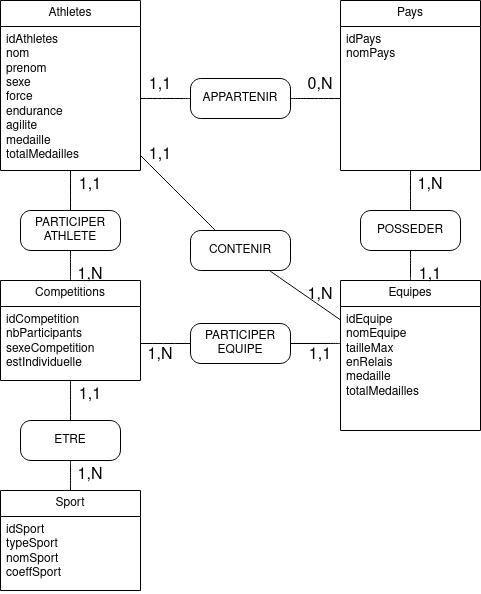
Above: diagrammes/mcd.drawio.png in alexisnisol/JeuxOlympiques (draw.io), before the change. Source tidied: cells renumbered, new cells last; positions are measured from the earlier drawing's top-left corner, leaving out a move shared by most shapes.
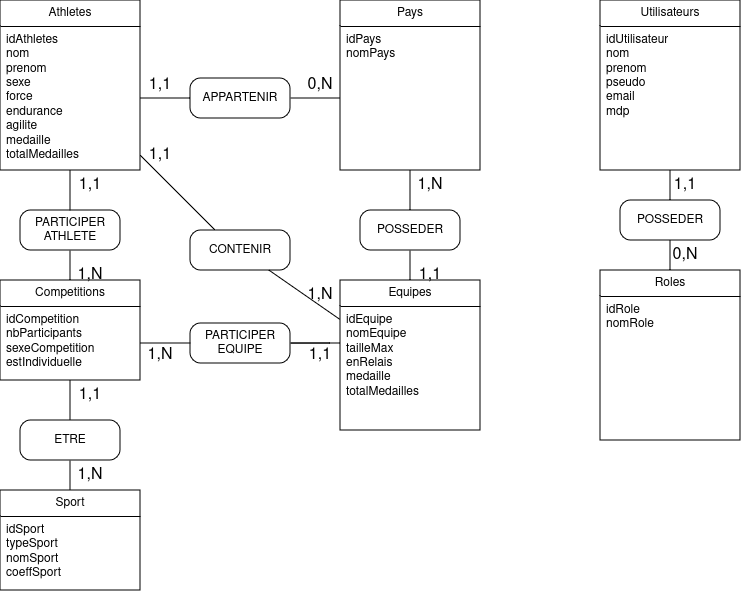
After the change.

Commit message:
Mettre à jour mcd.drawio.png

Diff of the diagram source:
```diff
@@ -121,5 +121,32 @@
     <mxCell id="40" value="1,1" style="text;html=1;align=center;verticalAlign=middle;whiteSpace=wrap;rounded=0;fontSize=16;" parent="1" vertex="1">
       <mxGeometry x="60" y="170" width="60" height="30" as="geometry" />
     </mxCell>
+    <mxCell id="41" value="Utilisateurs" style="swimlane;fontStyle=0;horizontal=1;startSize=26;fillColor=none;whiteSpace=wrap;html=1;" parent="1" vertex="1">
+      <mxGeometry x="600" width="140" height="170" as="geometry" />
+    </mxCell>
+    <mxCell id="42" value="&lt;div&gt;idUtilisateur&lt;/div&gt;&lt;div&gt;nom&lt;/div&gt;&lt;div&gt;prenom&lt;/div&gt;&lt;div&gt;pseudo&lt;/div&gt;&lt;div&gt;email&lt;/div&gt;&lt;div&gt;mdp&lt;/div&gt;" style="text;strokeColor=none;fillColor=none;align=left;verticalAlign=top;spacingLeft=4;spacingRight=4;overflow=hidden;points=[[0,0.5],[1,0.5]];portConstraint=eastwest;whiteSpace=wrap;html=1;" parent="41" vertex="1">
+      <mxGeometry y="26" width="140" height="144" as="geometry" />
+    </mxCell>
+    <mxCell id="43" value="Roles" style="swimlane;fontStyle=0;horizontal=1;startSize=26;fillColor=none;whiteSpace=wrap;html=1;" parent="1" vertex="1">
+      <mxGeometry x="600" y="270" width="140" height="170" as="geometry" />
+    </mxCell>
+    <mxCell id="44" value="&lt;div&gt;idRole&lt;/div&gt;&lt;div&gt;nomRole&lt;br&gt;&lt;/div&gt;" style="text;strokeColor=none;fillColor=none;align=left;verticalAlign=top;spacingLeft=4;spacingRight=4;overflow=hidden;whiteSpace=wrap;html=1;" parent="43" vertex="1">
+      <mxGeometry y="26" width="140" height="144" as="geometry" />
+    </mxCell>
+    <mxCell id="45" value="POSSEDER" style="rounded=1;whiteSpace=wrap;html=1;arcSize=26;" parent="1" vertex="1">
+      <mxGeometry x="620" y="200" width="100" height="40" as="geometry" />
+    </mxCell>
+    <mxCell id="46" style="edgeStyle=none;curved=1;rounded=0;jettySize=auto;html=1;fontSize=12;startSize=8;endSize=8;endArrow=none;endFill=0;exitX=0.5;exitY=0;exitDx=0;exitDy=0;" parent="1" edge="1" source="45" target="42">
+      <mxGeometry relative="1" as="geometry" />
+    </mxCell>
+    <mxCell id="47" value="1,1" style="text;html=1;align=center;verticalAlign=middle;whiteSpace=wrap;rounded=0;fontSize=16;" parent="1" vertex="1">
+      <mxGeometry x="670" y="170" width="30" height="30" as="geometry" />
+    </mxCell>
+    <mxCell id="48" style="edgeStyle=none;curved=1;rounded=0;jettySize=auto;html=1;fontSize=12;startSize=8;endSize=8;endArrow=none;endFill=0;entryX=0.5;entryY=1;entryDx=0;entryDy=0;" parent="1" edge="1" source="43" target="45">
+      <mxGeometry relative="1" as="geometry" />
+    </mxCell>
+    <mxCell id="49" value="0,N" style="text;html=1;align=center;verticalAlign=middle;whiteSpace=wrap;rounded=0;fontSize=16;" parent="1" vertex="1">
+      <mxGeometry x="670" y="240" width="30" height="30" as="geometry" />
+    </mxCell>
   </root>
 </mxGraphModel>
```
